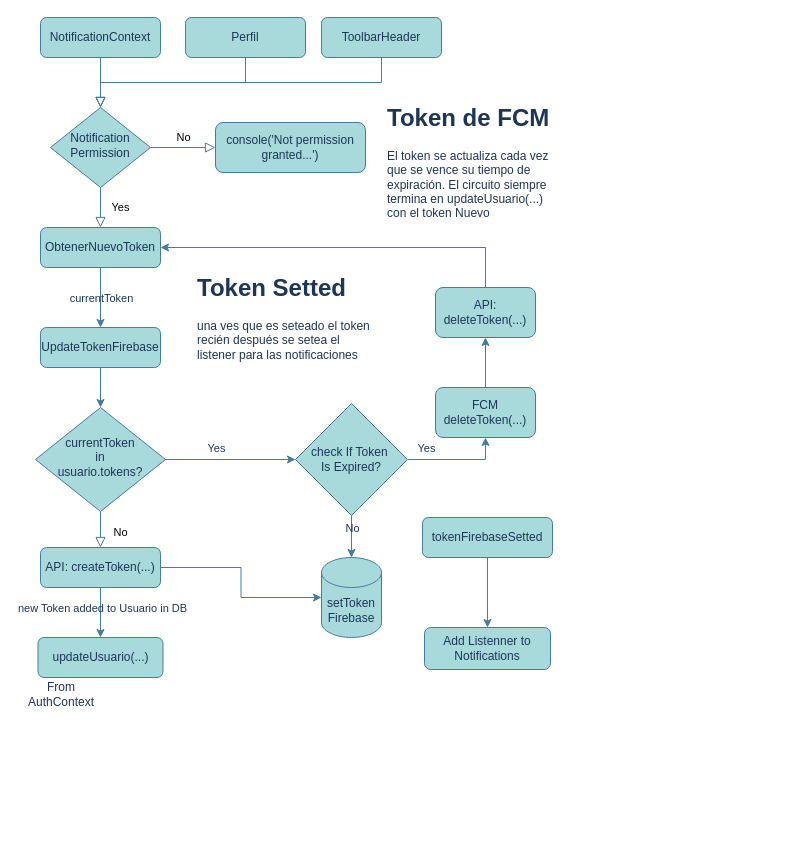
ariel0000/bar-app-diagrams keeps this draw.io diagram as FCM ciclo de vida Token.drawio. Above is the earlier version. Source tidied: cells renumbered, new cells numbered last; positions are measured from the earlier drawing's top-left corner, leaving out a move shared by most shapes. Both pictures are drawn from the tidied source at 100%, with x=0, y=0 at pixel (31, 17).
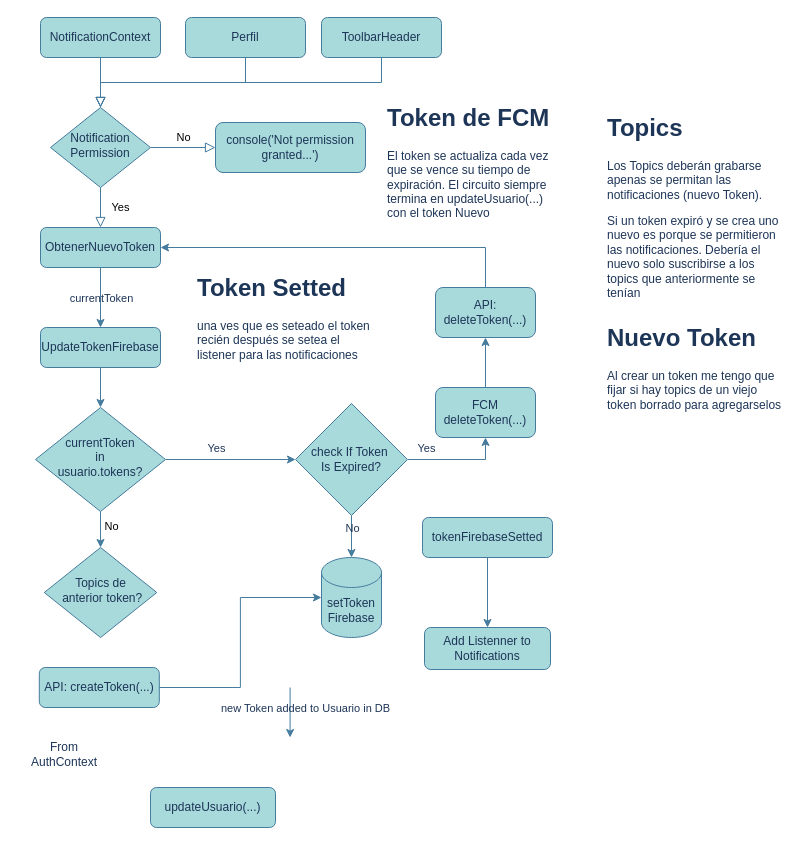
Above is the later version.

Unchanged cells that the change refers to:
```xml
<mxCell id="11" value="currentToken&lt;div&gt;in&lt;/div&gt;&lt;div&gt;usuario.tokens?&lt;/div&gt;" style="rhombus;whiteSpace=wrap;html=1;shadow=0;fontFamily=Helvetica;fontSize=12;align=center;strokeWidth=1;spacing=6;spacingTop=-4;labelBackgroundColor=none;fillColor=#A8DADC;strokeColor=#457B9D;fontColor=#1D3557;" parent="1" vertex="1">
  <mxGeometry x="4" y="390" width="130" height="104" as="geometry" />
</mxCell>
```

Diff of the diagram source:
```diff
@@
-    <mxCell id="8" value="No" style="rounded=0;html=1;jettySize=auto;fontSize=11;endArrow=block;endFill=0;endSize=8;strokeWidth=1;shadow=0;labelBackgroundColor=none;edgeStyle=orthogonalEdgeStyle;fontColor=default;strokeColor=#457B9D;" parent="1" edge="1" source="11" target="14">
-      <mxGeometry x="0.33" y="20" relative="1" as="geometry" />
-    </mxCell>
@@
-    <mxCell id="12" style="edgeStyle=orthogonalEdgeStyle;rounded=0;jettySize=auto;html=1;exitX=0.5;exitY=1;exitDx=0;exitDy=0;entryX=0.5;entryY=0;entryDx=0;entryDy=0;labelBackgroundColor=none;fontColor=default;strokeColor=#457B9D;" parent="1" edge="1" source="14" target="21">
-      <mxGeometry relative="1" as="geometry" />
+    <mxCell id="12" style="edgeStyle=orthogonalEdgeStyle;rounded=0;orthogonalLoop=1;jettySize=auto;html=1;exitX=0.5;exitY=1;exitDx=0;exitDy=0;entryX=0.5;entryY=0;entryDx=0;entryDy=0;labelBackgroundColor=none;fontColor=default;strokeColor=#457B9D;" parent="1" edge="1">
+      <mxGeometry relative="1" as="geometry">
+        <mxPoint x="258.6" y="670" as="sourcePoint" />
+        <mxPoint x="258.6" y="720" as="targetPoint" />
+      </mxGeometry>
     </mxCell>
     <mxCell id="13" value="new Token added to Usuario in DB" style="edgeLabel;html=1;align=center;verticalAlign=middle;labelBackgroundColor=none;fontColor=#1D3557;" parent="12" vertex="1">
-      <mxGeometry x="-0.21" y="1" relative="1" as="geometry" />
+      <mxGeometry x="-0.21" y="1" relative="1" as="geometry">
+        <mxPoint x="14" as="offset" />
+      </mxGeometry>
     </mxCell>
     <mxCell id="14" value="API: createToken(...)" style="rounded=1;whiteSpace=wrap;html=1;fontSize=12;glass=0;strokeWidth=1;shadow=0;labelBackgroundColor=none;fillColor=#A8DADC;strokeColor=#457B9D;fontColor=#1D3557;" parent="1" vertex="1">
-      <mxGeometry x="9" y="530" width="120" height="40" as="geometry" />
+      <mxGeometry x="7.8" y="650" width="120" height="40" as="geometry" />
     </mxCell>
@@
     <mxCell id="21" value="updateUsuario(...)" style="rounded=1;whiteSpace=wrap;html=1;fontSize=12;glass=0;strokeWidth=1;shadow=0;labelBackgroundColor=none;fillColor=#A8DADC;strokeColor=#457B9D;fontColor=#1D3557;" parent="1" vertex="1">
-      <mxGeometry x="6.5" y="620" width="125" height="40" as="geometry" />
+      <mxGeometry x="119" y="770" width="125" height="40" as="geometry" />
     </mxCell>
     <mxCell id="22" value="From AuthContext" style="text;html=1;align=center;verticalAlign=middle;whiteSpace=wrap;rounded=0;labelBackgroundColor=none;fontColor=#1D3557;" parent="1" vertex="1">
-      <mxGeometry y="662" width="60" height="30" as="geometry" />
+      <mxGeometry x="3.2" y="722" width="60" height="30" as="geometry" />
     </mxCell>
@@
+    <mxCell id="42" value="&lt;h1 style=&quot;margin-top: 0px;&quot;&gt;Topics&lt;/h1&gt;&lt;p&gt;Los Topics deberán grabarse apenas se permitan las notificaciones (nuevo Token).&lt;/p&gt;&lt;p&gt;Si un token expiró y se crea uno nuevo es porque se permitieron las notificaciones. Debería el nuevo solo suscribirse a los topics que anteriormente se tenían&lt;/p&gt;" style="text;html=1;whiteSpace=wrap;overflow=hidden;rounded=0;labelBackgroundColor=none;fontColor=#1D3557;" parent="1" vertex="1">
+      <mxGeometry x="574" y="90" width="180" height="200" as="geometry" />
+    </mxCell>
+    <mxCell id="43" value="&lt;h1 style=&quot;margin-top: 0px;&quot;&gt;Nuevo Token&lt;/h1&gt;&lt;p&gt;Al crear un token me tengo que fijar si hay topics de un viejo token borrado para agregarselos&lt;/p&gt;" style="text;html=1;whiteSpace=wrap;overflow=hidden;rounded=0;labelBackgroundColor=none;fontColor=#1D3557;" parent="1" vertex="1">
+      <mxGeometry x="574" y="300" width="180" height="100" as="geometry" />
+    </mxCell>
+    <mxCell id="44" value="Topics de&lt;div&gt;&amp;nbsp;anterior token?&lt;/div&gt;" style="rhombus;whiteSpace=wrap;html=1;shadow=0;fontFamily=Helvetica;fontSize=12;align=center;strokeWidth=1;spacing=6;spacingTop=-4;labelBackgroundColor=none;fillColor=#A8DADC;strokeColor=#457B9D;fontColor=#1D3557;" parent="1" vertex="1">
+      <mxGeometry x="12.8" y="530" width="112.5" height="90" as="geometry" />
+    </mxCell>
+    <mxCell id="45" style="edgeStyle=orthogonalEdgeStyle;rounded=0;jettySize=auto;html=1;exitX=0.5;exitY=1;exitDx=0;exitDy=0;entryX=0.5;entryY=0;entryDx=0;entryDy=0;labelBackgroundColor=none;fontColor=default;strokeColor=#457B9D;" parent="1" edge="1" source="11" target="44">
+      <mxGeometry relative="1" as="geometry" />
+    </mxCell>
+    <mxCell id="8" value="No" style="edgeLabel;html=1;align=center;verticalAlign=middle;" parent="45" vertex="1">
+      <mxGeometry x="-0.05" y="-1" relative="1" as="geometry">
+        <mxPoint x="11" y="-3" as="offset" />
+      </mxGeometry>
+    </mxCell>
```
